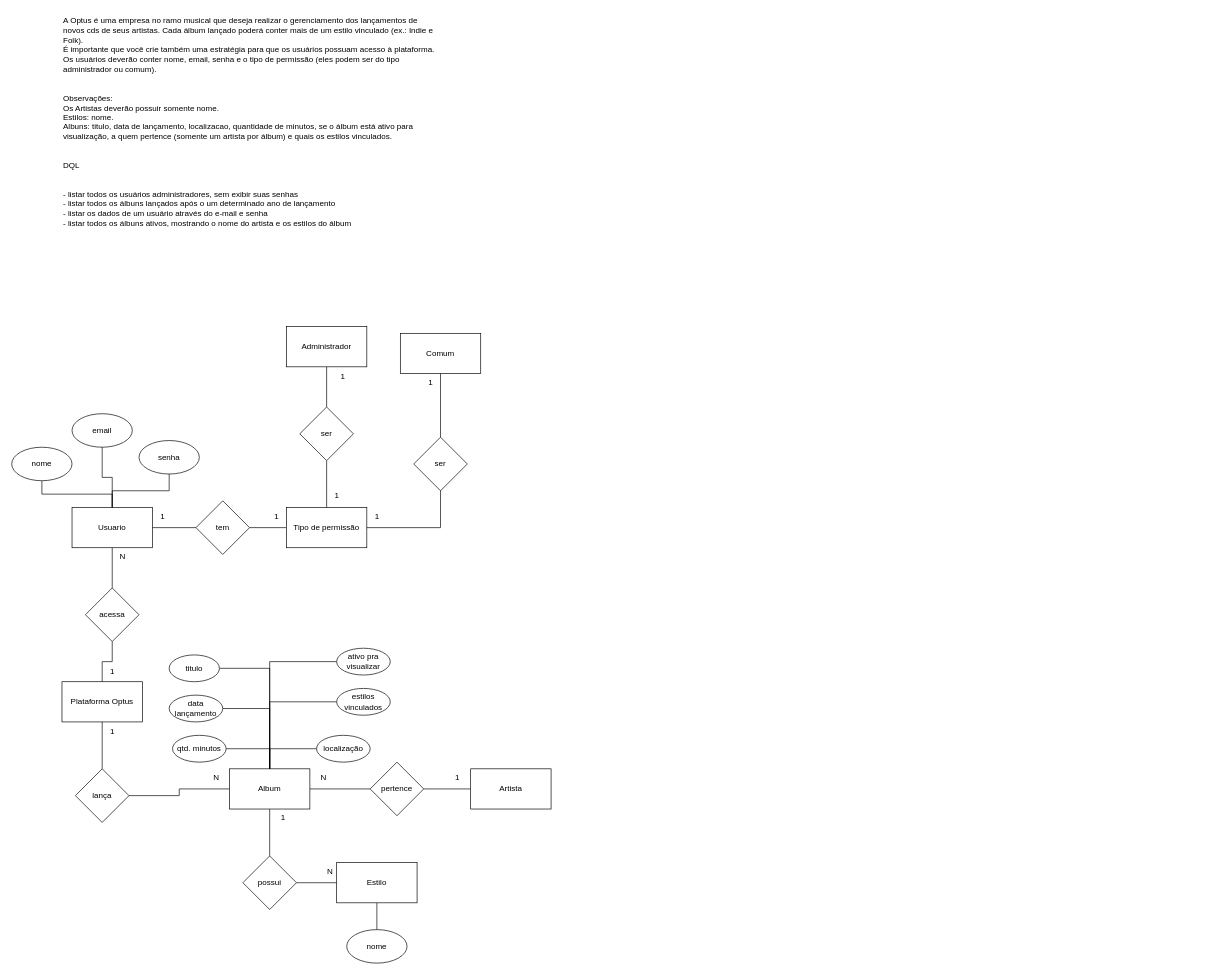
The draw.io diagram page "04" (5 of 7) of ex.drawio in gsampaiowz/senai_sem2, before the edit. Source tidied: cells renumbered, new cells numbered last; positions are measured from the earlier drawing's top-left corner, leaving out a move shared by most shapes. Both pictures are drawn from the tidied source at 67%, with x=0, y=0 at pixel (11, 11).
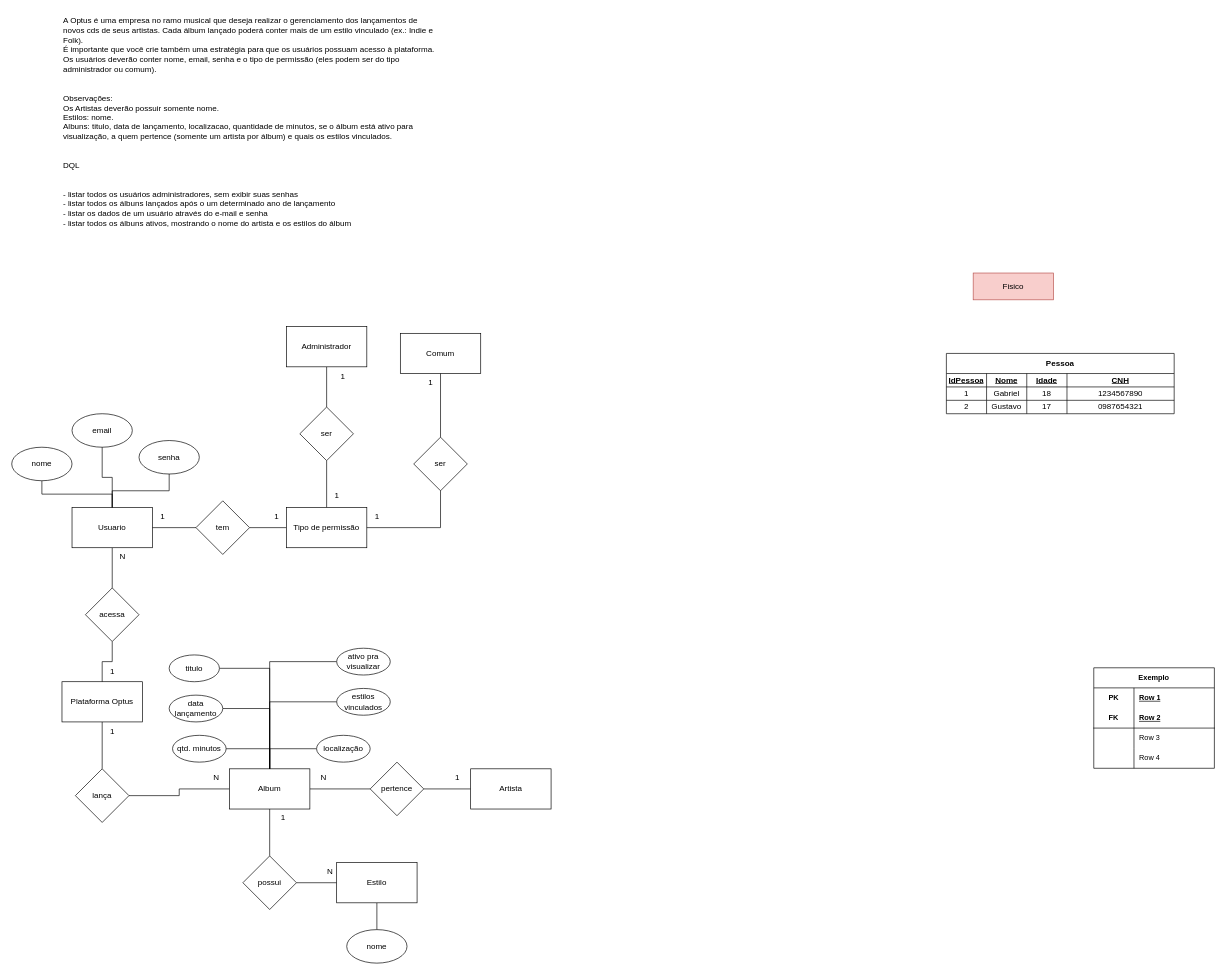
The same page after the edit.

What changed in the source:
```diff
@@
+    <mxCell id="66" value="Exemplo" style="shape=table;startSize=30;childLayout=tableLayout;rowLines=0;fontStyle=1;align=center;html=1;whiteSpace=wrap;fontFamily=Helvetica;fontSize=11;fontColor=default;" parent="1" vertex="1">
+      <mxGeometry x="1615" y="979.2" width="180" height="150" as="geometry" />
+    </mxCell>
+    <mxCell id="67" style="shape=tableRow;horizontal=0;startSize=0;swimlaneHead=0;swimlaneBody=0;fillColor=none;top=0;left=0;right=0;bottom=0;html=1;fontFamily=Helvetica;fontSize=11;fontColor=default;" parent="66" vertex="1">
+      <mxGeometry y="30" width="180" height="30" as="geometry" />
+    </mxCell>
+    <mxCell id="68" value="PK" style="shape=partialRectangle;fillColor=none;top=0;left=0;bottom=0;right=0;fontStyle=1;overflow=hidden;html=1;whiteSpace=wrap;fontFamily=Helvetica;fontSize=11;fontColor=default;" parent="67" vertex="1">
+      <mxGeometry width="60" height="30" as="geometry" />
+    </mxCell>
+    <mxCell id="69" value="Row 1" style="shape=partialRectangle;fillColor=none;top=0;left=0;bottom=0;right=0;align=left;spacingLeft=6;fontStyle=5;overflow=hidden;html=1;whiteSpace=wrap;fontFamily=Helvetica;fontSize=11;fontColor=default;" parent="67" vertex="1">
+      <mxGeometry x="60" width="120" height="30" as="geometry" />
+    </mxCell>
+    <mxCell id="70" style="shape=tableRow;horizontal=0;startSize=0;swimlaneHead=0;swimlaneBody=0;fillColor=none;top=0;left=0;right=0;bottom=1;html=1;fontFamily=Helvetica;fontSize=11;fontColor=default;" parent="66" vertex="1">
+      <mxGeometry y="60" width="180" height="30" as="geometry" />
+    </mxCell>
+    <mxCell id="71" value="FK" style="shape=partialRectangle;fillColor=none;top=0;left=0;bottom=0;right=0;fontStyle=1;overflow=hidden;html=1;whiteSpace=wrap;fontFamily=Helvetica;fontSize=11;fontColor=default;" parent="70" vertex="1">
+      <mxGeometry width="60" height="30" as="geometry" />
+    </mxCell>
+    <mxCell id="72" value="Row 2" style="shape=partialRectangle;fillColor=none;top=0;left=0;bottom=0;right=0;align=left;spacingLeft=6;fontStyle=5;overflow=hidden;html=1;whiteSpace=wrap;fontFamily=Helvetica;fontSize=11;fontColor=default;" parent="70" vertex="1">
+      <mxGeometry x="60" width="120" height="30" as="geometry" />
+    </mxCell>
+    <mxCell id="73" style="shape=tableRow;horizontal=0;startSize=0;swimlaneHead=0;swimlaneBody=0;fillColor=none;top=0;left=0;right=0;bottom=0;html=1;fontFamily=Helvetica;fontSize=11;fontColor=default;" parent="66" vertex="1">
+      <mxGeometry y="90" width="180" height="30" as="geometry" />
+    </mxCell>
+    <mxCell id="74" style="shape=partialRectangle;fillColor=none;top=0;left=0;bottom=0;right=0;overflow=hidden;html=1;whiteSpace=wrap;fontFamily=Helvetica;fontSize=11;fontColor=default;" parent="73" vertex="1">
+      <mxGeometry width="60" height="30" as="geometry" />
+    </mxCell>
+    <mxCell id="75" value="Row 3" style="shape=partialRectangle;fillColor=none;top=0;left=0;bottom=0;right=0;align=left;spacingLeft=6;overflow=hidden;html=1;whiteSpace=wrap;fontFamily=Helvetica;fontSize=11;fontColor=default;" parent="73" vertex="1">
+      <mxGeometry x="60" width="120" height="30" as="geometry" />
+    </mxCell>
+    <mxCell id="76" style="shape=tableRow;horizontal=0;startSize=0;swimlaneHead=0;swimlaneBody=0;fillColor=none;top=0;left=0;right=0;bottom=0;html=1;fontFamily=Helvetica;fontSize=11;fontColor=default;" parent="66" vertex="1">
+      <mxGeometry y="120" width="180" height="30" as="geometry" />
+    </mxCell>
+    <mxCell id="77" style="shape=partialRectangle;fillColor=none;top=0;left=0;bottom=0;right=0;overflow=hidden;html=1;whiteSpace=wrap;fontFamily=Helvetica;fontSize=11;fontColor=default;" parent="76" vertex="1">
+      <mxGeometry width="60" height="30" as="geometry" />
+    </mxCell>
+    <mxCell id="78" value="Row 4" style="shape=partialRectangle;fillColor=none;top=0;left=0;bottom=0;right=0;align=left;spacingLeft=6;overflow=hidden;html=1;whiteSpace=wrap;fontFamily=Helvetica;fontSize=11;fontColor=default;" parent="76" vertex="1">
+      <mxGeometry x="60" width="120" height="30" as="geometry" />
+    </mxCell>
+    <mxCell id="79" value="Pessoa" style="shape=table;startSize=30;childLayout=tableLayout;fontStyle=1;" parent="1" vertex="1">
+      <mxGeometry x="1395" y="510" width="340" height="90" as="geometry" />
+    </mxCell>
+    <mxCell id="80" style="shape=tableRow;horizontal=0;startSize=0;swimlaneHead=0;swimlaneBody=0;strokeColor=inherit;top=0;left=0;bottom=0;right=0;fillColor=none;" parent="79" vertex="1">
+      <mxGeometry y="30" width="340" height="20" as="geometry" />
+    </mxCell>
+    <mxCell id="81" value="IdPessoa" style="shape=partialRectangle;html=1;whiteSpace=wrap;strokeColor=inherit;overflow=hidden;fillColor=none;top=0;left=0;bottom=0;right=0;fontStyle=5;" parent="80" vertex="1">
+      <mxGeometry width="60" height="20" as="geometry" />
+    </mxCell>
+    <mxCell id="82" value="Nome" style="shape=partialRectangle;html=1;whiteSpace=wrap;strokeColor=inherit;overflow=hidden;fillColor=none;top=0;left=0;bottom=0;right=0;fontStyle=5;" parent="80" vertex="1">
+      <mxGeometry x="60" width="60" height="20" as="geometry" />
+    </mxCell>
+    <mxCell id="83" value="Idade" style="shape=partialRectangle;html=1;whiteSpace=wrap;strokeColor=inherit;overflow=hidden;fillColor=none;top=0;left=0;bottom=0;right=0;fontStyle=5;" parent="80" vertex="1">
+      <mxGeometry x="120" width="60" height="20" as="geometry" />
+    </mxCell>
+    <mxCell id="84" value="CNH" style="shape=partialRectangle;html=1;whiteSpace=wrap;strokeColor=inherit;overflow=hidden;fillColor=none;top=0;left=0;bottom=0;right=0;fontStyle=5;" parent="80" vertex="1">
+      <mxGeometry x="180" width="160" height="20" as="geometry" />
+    </mxCell>
+    <mxCell id="85" style="shape=tableRow;horizontal=0;startSize=0;swimlaneHead=0;swimlaneBody=0;strokeColor=inherit;top=0;left=0;bottom=0;right=0;fillColor=none;" parent="79" vertex="1">
+      <mxGeometry y="50" width="340" height="20" as="geometry" />
+    </mxCell>
+    <mxCell id="86" value="1" style="shape=partialRectangle;html=1;whiteSpace=wrap;strokeColor=inherit;overflow=hidden;fillColor=none;top=0;left=0;bottom=0;right=0;" parent="85" vertex="1">
+      <mxGeometry width="60" height="20" as="geometry" />
+    </mxCell>
+    <mxCell id="87" value="Gabriel" style="shape=partialRectangle;html=1;whiteSpace=wrap;strokeColor=inherit;overflow=hidden;fillColor=none;top=0;left=0;bottom=0;right=0;" parent="85" vertex="1">
+      <mxGeometry x="60" width="60" height="20" as="geometry" />
+    </mxCell>
+    <mxCell id="88" value="18" style="shape=partialRectangle;html=1;whiteSpace=wrap;strokeColor=inherit;overflow=hidden;fillColor=none;top=0;left=0;bottom=0;right=0;" parent="85" vertex="1">
+      <mxGeometry x="120" width="60" height="20" as="geometry" />
+    </mxCell>
+    <mxCell id="89" value="1234567890" style="shape=partialRectangle;html=1;whiteSpace=wrap;strokeColor=inherit;overflow=hidden;fillColor=none;top=0;left=0;bottom=0;right=0;" parent="85" vertex="1">
+      <mxGeometry x="180" width="160" height="20" as="geometry" />
+    </mxCell>
+    <mxCell id="90" style="shape=tableRow;horizontal=0;startSize=0;swimlaneHead=0;swimlaneBody=0;strokeColor=inherit;top=0;left=0;bottom=0;right=0;fillColor=none;" parent="79" vertex="1">
+      <mxGeometry y="70" width="340" height="20" as="geometry" />
+    </mxCell>
+    <mxCell id="91" value="2" style="shape=partialRectangle;html=1;whiteSpace=wrap;strokeColor=inherit;overflow=hidden;fillColor=none;top=0;left=0;bottom=0;right=0;" parent="90" vertex="1">
+      <mxGeometry width="60" height="20" as="geometry" />
+    </mxCell>
+    <mxCell id="92" value="Gustavo" style="shape=partialRectangle;html=1;whiteSpace=wrap;strokeColor=inherit;overflow=hidden;fillColor=none;top=0;left=0;bottom=0;right=0;" parent="90" vertex="1">
+      <mxGeometry x="60" width="60" height="20" as="geometry" />
+    </mxCell>
+    <mxCell id="93" value="17" style="shape=partialRectangle;html=1;whiteSpace=wrap;strokeColor=inherit;overflow=hidden;fillColor=none;top=0;left=0;bottom=0;right=0;" parent="90" vertex="1">
+      <mxGeometry x="120" width="60" height="20" as="geometry" />
+    </mxCell>
+    <mxCell id="94" value="0987654321" style="shape=partialRectangle;html=1;whiteSpace=wrap;strokeColor=inherit;overflow=hidden;fillColor=none;top=0;left=0;bottom=0;right=0;" parent="90" vertex="1">
+      <mxGeometry x="180" width="160" height="20" as="geometry" />
+    </mxCell>
+    <mxCell id="95" value="Fisico" style="whiteSpace=wrap;html=1;fillColor=#f8cecc;strokeColor=#b85450;" parent="1" vertex="1">
+      <mxGeometry x="1435" y="390" width="120" height="40" as="geometry" />
+    </mxCell>
```
